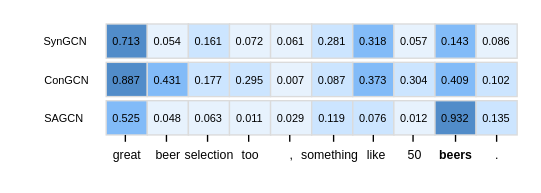
This is case study.drawio from zhaicao/images, a draw.io file, before an edit. Source tidied: cells renumbered, new cells numbered last; positions are measured from the earlier drawing's top-left corner, leaving out a move shared by most shapes. Both pictures are drawn from the tidied source at 137%, with x=0, y=0 at pixel (23, 23).
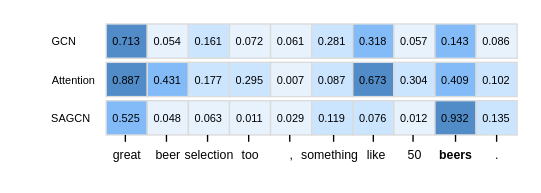
The same page after the edit.

The edit, as a diff of the source:
```diff
@@
-    <mxCell id="38" value="&lt;font style=&quot;font-size: 8px;&quot;&gt;0.373&lt;/font&gt;" style="whiteSpace=wrap;html=1;strokeColor=#DBDBDB;fillColor=#82bbf8;fontSize=8;" parent="1" vertex="1">
+    <mxCell id="38" value="&lt;font style=&quot;font-size: 8px;&quot;&gt;0.673&lt;/font&gt;" style="whiteSpace=wrap;html=1;strokeColor=#DBDBDB;fillColor=#518CC9;fontSize=8;" parent="1" vertex="1">
       <mxGeometry x="240" y="28" width="30" height="25" as="geometry" />
     </mxCell>
@@
     <mxCell id="52" value="SAGCN" style="text;html=1;align=center;verticalAlign=middle;strokeColor=none;fillColor=none;fontSize=8;" parent="1" vertex="1">
-      <mxGeometry x="3.5" y="58.5" width="50" height="20" as="geometry" />
+      <mxGeometry x="8.5" y="58.5" width="50" height="20" as="geometry" />
     </mxCell>
-    <mxCell id="53" value="SynGCN" style="text;html=1;align=center;verticalAlign=middle;strokeColor=none;fillColor=none;fontSize=8;" parent="1" vertex="1">
-      <mxGeometry y="2.5" width="60" height="20" as="geometry" />
+    <mxCell id="53" value="GCN" style="text;html=1;align=center;verticalAlign=middle;strokeColor=none;fillColor=none;fontSize=8;" parent="1" vertex="1">
+      <mxGeometry x="9" y="2.5" width="40" height="20" as="geometry" />
     </mxCell>
-    <mxCell id="54" value="ConGCN" style="text;html=1;align=center;verticalAlign=middle;strokeColor=none;fillColor=none;fontSize=8;" parent="1" vertex="1">
-      <mxGeometry x="1" y="30.5" width="60" height="20" as="geometry" />
+    <mxCell id="54" value="Attention" style="text;html=1;align=center;verticalAlign=middle;strokeColor=none;fillColor=none;fontSize=8;" parent="1" vertex="1">
+      <mxGeometry x="6" y="30.5" width="60" height="20" as="geometry" />
     </mxCell>
```
